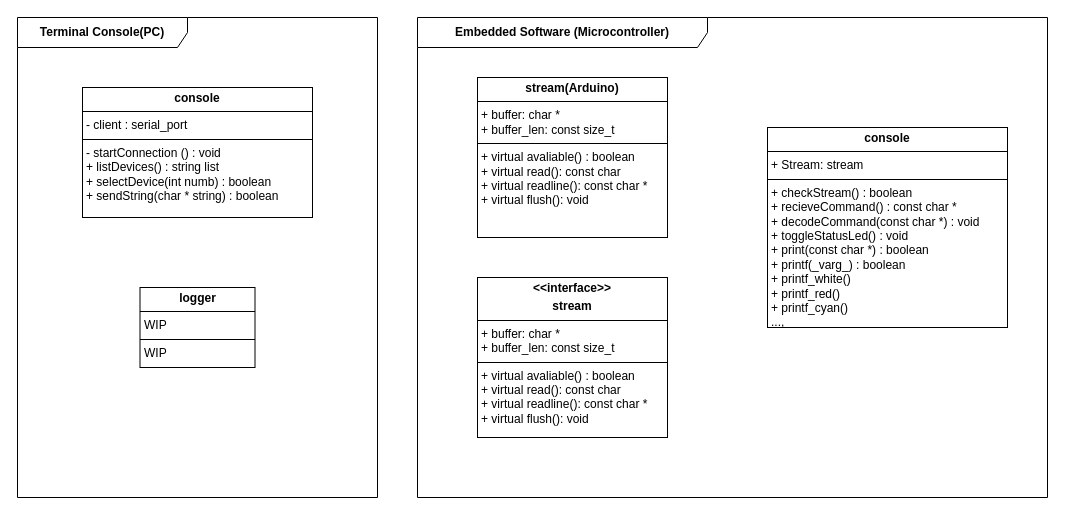
Earlier version of the draw.io diagram doc/pic/overview_uml.drawio (Flynsky/Embedded_Console). Source tidied: cells renumbered, new cells numbered last; positions are measured from the earlier drawing's top-left corner, leaving out a move shared by most shapes. Both pictures are drawn from the tidied source at 100%, with x=0, y=0 at pixel (17, 17).
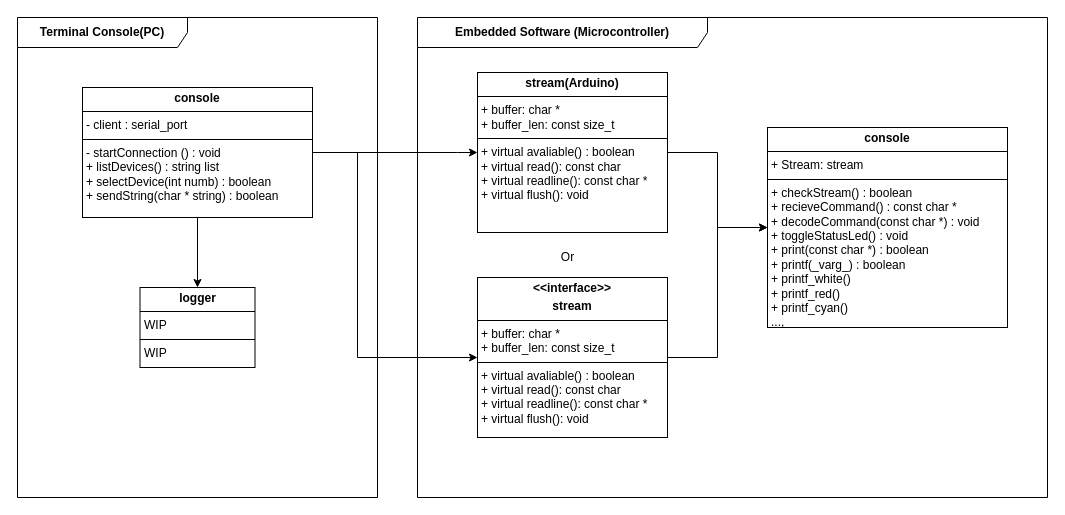
The same page after the edit.

Change to the diagram source:
```diff
@@
 <mxGraphModel>
   <root>
     <mxCell id="0" />
     <mxCell id="1" parent="0" />
     <mxCell id="2" value="&lt;span style=&quot;font-weight: 700;&quot;&gt;Embedded Software (Microcontroller)&lt;/span&gt;" style="shape=umlFrame;whiteSpace=wrap;html=1;width=290;height=30;" parent="1" vertex="1">
       <mxGeometry x="400" width="630" height="480" as="geometry" />
     </mxCell>
     <mxCell id="3" value="&lt;p style=&quot;margin:0px;margin-top:4px;text-align:center;&quot;&gt;&lt;b&gt;console&lt;/b&gt;&lt;/p&gt;&lt;hr size=&quot;1&quot; style=&quot;border-style:solid;&quot;&gt;&lt;p style=&quot;margin:0px;margin-left:4px;&quot;&gt;+ Stream: stream&lt;br&gt;&lt;/p&gt;&lt;hr size=&quot;1&quot; style=&quot;border-style:solid;&quot;&gt;&lt;p style=&quot;margin:0px;margin-left:4px;&quot;&gt;+ checkStream() : boolean&lt;/p&gt;&lt;p style=&quot;margin:0px;margin-left:4px;&quot;&gt;+ recieveCommand() : const char *&lt;/p&gt;&lt;p style=&quot;margin:0px;margin-left:4px;&quot;&gt;+ decodeCommand(const char *) : void&lt;/p&gt;&lt;p style=&quot;margin:0px;margin-left:4px;&quot;&gt;+ toggleStatusLed() : void&lt;/p&gt;&lt;p style=&quot;margin: 0px 0px 0px 4px;&quot;&gt;+ print(const char *) : boolean&lt;/p&gt;&lt;p style=&quot;margin: 0px 0px 0px 4px;&quot;&gt;+ printf(_varg_) : boolean&lt;/p&gt;&lt;p style=&quot;margin: 0px 0px 0px 4px;&quot;&gt;+ printf_white()&lt;/p&gt;&lt;p style=&quot;margin: 0px 0px 0px 4px;&quot;&gt;+ printf_red()&lt;/p&gt;&lt;p style=&quot;margin: 0px 0px 0px 4px;&quot;&gt;+ printf_cyan(&lt;span style=&quot;background-color: transparent; color: light-dark(rgb(0, 0, 0), rgb(255, 255, 255));&quot;&gt;)&lt;/span&gt;&lt;/p&gt;&lt;p style=&quot;margin: 0px 0px 0px 4px;&quot;&gt;&lt;span style=&quot;background-color: transparent; color: light-dark(rgb(0, 0, 0), rgb(255, 255, 255));&quot;&gt;...,&lt;/span&gt;&lt;/p&gt;" style="verticalAlign=top;align=left;overflow=fill;html=1;whiteSpace=wrap;" parent="1" vertex="1">
       <mxGeometry x="750" y="110" width="240" height="200" as="geometry" />
     </mxCell>
+    <mxCell id="9" style="edgeStyle=orthogonalEdgeStyle;rounded=0;jettySize=auto;html=1;" parent="1" edge="1" source="4" target="3">
+      <mxGeometry relative="1" as="geometry" />
+    </mxCell>
     <mxCell id="4" value="&lt;p style=&quot;margin:0px;margin-top:4px;text-align:center;&quot;&gt;&lt;b&gt;&amp;lt;&amp;lt;interface&amp;gt;&amp;gt;&lt;/b&gt;&lt;/p&gt;&lt;p style=&quot;margin:0px;margin-top:4px;text-align:center;&quot;&gt;&lt;b&gt;stream&lt;/b&gt;&lt;/p&gt;&lt;hr size=&quot;1&quot; style=&quot;border-style:solid;&quot;&gt;&lt;p style=&quot;margin:0px;margin-left:4px;&quot;&gt;+ buffer: char *&lt;br&gt;+ buffer_len: const size_t&lt;/p&gt;&lt;hr size=&quot;1&quot; style=&quot;border-style:solid;&quot;&gt;&lt;p style=&quot;margin:0px;margin-left:4px;&quot;&gt;+ virtual avaliable() : boolean&lt;/p&gt;&lt;p style=&quot;margin:0px;margin-left:4px;&quot;&gt;+ virtual read(): const char&lt;/p&gt;&lt;p style=&quot;margin:0px;margin-left:4px;&quot;&gt;+ virtual readline(): const char *&lt;/p&gt;&lt;p style=&quot;margin:0px;margin-left:4px;&quot;&gt;+ virtual flush(): void&lt;/p&gt;&lt;p style=&quot;margin:0px;margin-left:4px;&quot;&gt;&lt;br&gt;&lt;/p&gt;" style="verticalAlign=top;align=left;overflow=fill;html=1;whiteSpace=wrap;" parent="1" vertex="1">
       <mxGeometry x="460" y="260" width="190" height="160" as="geometry" />
     </mxCell>
+    <mxCell id="10" style="edgeStyle=orthogonalEdgeStyle;rounded=0;jettySize=auto;html=1;exitX=1;exitY=0.5;exitDx=0;exitDy=0;" parent="1" edge="1" source="5" target="3">
+      <mxGeometry relative="1" as="geometry" />
+    </mxCell>
     <mxCell id="5" value="&lt;p style=&quot;margin:0px;margin-top:4px;text-align:center;&quot;&gt;&lt;b style=&quot;background-color: transparent; color: light-dark(rgb(0, 0, 0), rgb(255, 255, 255));&quot;&gt;stream(Arduino)&lt;/b&gt;&lt;/p&gt;&lt;hr size=&quot;1&quot; style=&quot;border-style:solid;&quot;&gt;&lt;p style=&quot;margin:0px;margin-left:4px;&quot;&gt;+ buffer: char *&lt;br&gt;+ buffer_len: const size_t&lt;/p&gt;&lt;hr size=&quot;1&quot; style=&quot;border-style:solid;&quot;&gt;&lt;p style=&quot;margin:0px;margin-left:4px;&quot;&gt;+ virtual avaliable() : boolean&lt;/p&gt;&lt;p style=&quot;margin:0px;margin-left:4px;&quot;&gt;+ virtual read(): const char&lt;/p&gt;&lt;p style=&quot;margin:0px;margin-left:4px;&quot;&gt;+ virtual readline(): const char *&lt;/p&gt;&lt;p style=&quot;margin:0px;margin-left:4px;&quot;&gt;+ virtual flush(): void&lt;/p&gt;&lt;p style=&quot;margin:0px;margin-left:4px;&quot;&gt;&lt;br&gt;&lt;/p&gt;" style="verticalAlign=top;align=left;overflow=fill;html=1;whiteSpace=wrap;" parent="1" vertex="1">
-      <mxGeometry x="460" y="60" width="190" height="160" as="geometry" />
+      <mxGeometry x="460" y="55" width="190" height="160" as="geometry" />
     </mxCell>
     <mxCell id="6" value="&lt;span style=&quot;font-weight: 700;&quot;&gt;Terminal Console(PC)&lt;/span&gt;" style="shape=umlFrame;whiteSpace=wrap;html=1;width=170;height=30;" parent="1" vertex="1">
       <mxGeometry width="360" height="480" as="geometry" />
     </mxCell>
+    <mxCell id="11" style="edgeStyle=orthogonalEdgeStyle;rounded=0;jettySize=auto;html=1;entryX=0;entryY=0.5;entryDx=0;entryDy=0;" parent="1" edge="1" source="7" target="5">
+      <mxGeometry relative="1" as="geometry">
+        <Array as="points">
+          <mxPoint x="440" y="135" />
+          <mxPoint x="440" y="135" />
+        </Array>
+      </mxGeometry>
+    </mxCell>
+    <mxCell id="12" style="edgeStyle=orthogonalEdgeStyle;rounded=0;jettySize=auto;html=1;entryX=0;entryY=0.5;entryDx=0;entryDy=0;" parent="1" edge="1" source="7" target="4">
+      <mxGeometry relative="1" as="geometry">
+        <Array as="points">
+          <mxPoint x="340" y="135" />
+          <mxPoint x="340" y="340" />
+        </Array>
+      </mxGeometry>
+    </mxCell>
+    <mxCell id="13" style="edgeStyle=orthogonalEdgeStyle;rounded=0;jettySize=auto;html=1;" parent="1" edge="1" source="7" target="8">
+      <mxGeometry relative="1" as="geometry" />
+    </mxCell>
     <mxCell id="7" value="&lt;p style=&quot;margin:0px;margin-top:4px;text-align:center;&quot;&gt;&lt;b&gt;console&lt;/b&gt;&lt;/p&gt;&lt;hr size=&quot;1&quot; style=&quot;border-style:solid;&quot;&gt;&lt;p style=&quot;margin:0px;margin-left:4px;&quot;&gt;- client : serial_port&lt;br&gt;&lt;/p&gt;&lt;hr size=&quot;1&quot; style=&quot;border-style:solid;&quot;&gt;&lt;p style=&quot;margin:0px;margin-left:4px;&quot;&gt;- startConnection () : void&lt;/p&gt;&lt;p style=&quot;margin:0px;margin-left:4px;&quot;&gt;+ listDevices() : string list&lt;/p&gt;&lt;p style=&quot;margin:0px;margin-left:4px;&quot;&gt;+ selectDevice(int numb) : boolean&lt;/p&gt;&lt;p style=&quot;margin:0px;margin-left:4px;&quot;&gt;+ sendString(char * string) : boolean&lt;/p&gt;&lt;p style=&quot;margin:0px;margin-left:4px;&quot;&gt;&lt;br&gt;&lt;/p&gt;" style="verticalAlign=top;align=left;overflow=fill;html=1;whiteSpace=wrap;" parent="1" vertex="1">
       <mxGeometry x="65" y="70" width="230" height="130" as="geometry" />
     </mxCell>
     <mxCell id="8" value="&lt;p style=&quot;margin:0px;margin-top:4px;text-align:center;&quot;&gt;&lt;b&gt;logger&lt;/b&gt;&lt;/p&gt;&lt;hr size=&quot;1&quot; style=&quot;border-style:solid;&quot;&gt;&lt;p style=&quot;margin:0px;margin-left:4px;&quot;&gt;WIP&lt;/p&gt;&lt;hr size=&quot;1&quot; style=&quot;border-style:solid;&quot;&gt;&lt;p style=&quot;margin:0px;margin-left:4px;&quot;&gt;WIP&lt;/p&gt;&lt;p style=&quot;margin:0px;margin-left:4px;&quot;&gt;&lt;br&gt;&lt;/p&gt;" style="verticalAlign=top;align=left;overflow=fill;html=1;whiteSpace=wrap;" parent="1" vertex="1">
       <mxGeometry x="122.5" y="270" width="115" height="80" as="geometry" />
     </mxCell>
+    <mxCell id="14" value="Or" style="text;html=1;align=center;verticalAlign=middle;strokeColor=none;fillColor=none;" parent="1" vertex="1">
+      <mxGeometry x="530" y="225" width="40" height="30" as="geometry" />
+    </mxCell>
   </root>
 </mxGraphModel>
```
